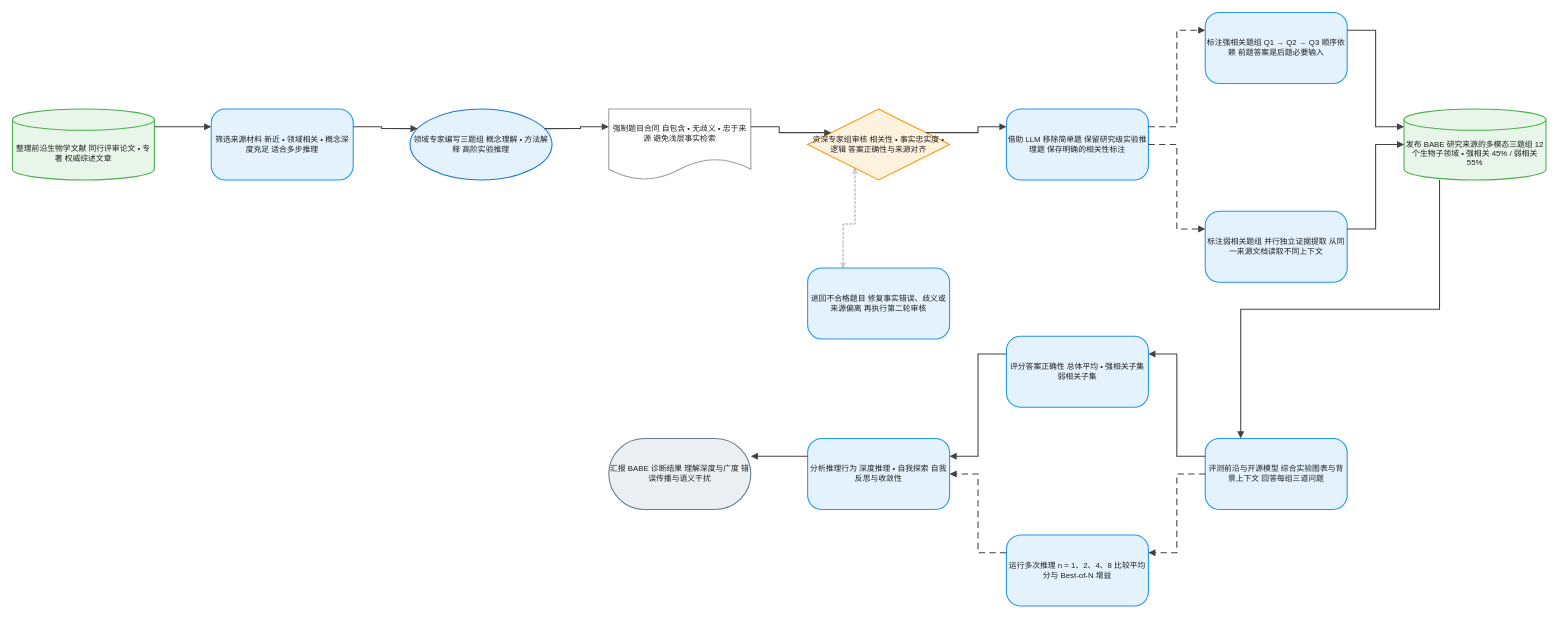
This is client/public/drawio/BABE/BABE.zh.drawio from joe1chief/benchmark-hub, a draw.io file, before an edit. Source tidied: cells renumbered, new cells numbered last; positions are measured from the earlier drawing's top-left corner, leaving out a move shared by most shapes. Both pictures are drawn from the tidied source at 71%, with x=0, y=0 at pixel (12, 12).
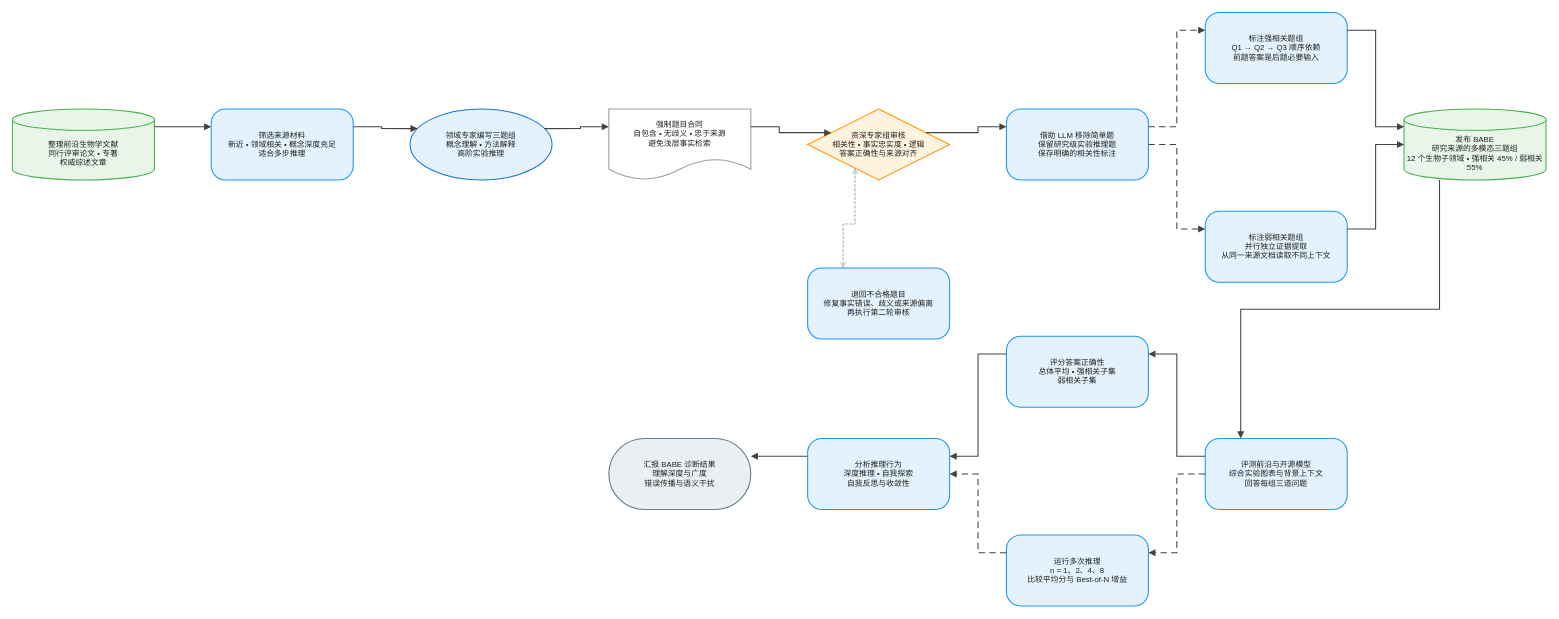
The same page after the edit.

What changed in the source:
```diff
@@
-    <mxCell id="2" value="整理前沿生物学文献 同行评审论文 • 专著 权威综述文章" style="shape=cylinder3;boundedLbl=1;backgroundOutline=1;size=15;html=1;whiteSpace=wrap;fillColor=#E8F5E9;strokeColor=#4CAF50;strokeWidth=1.5;fontColor=#212121;fontSize=11;fontFamily=Arial, Helvetica, sans-serif;verticalAlign=middle;align=center;" parent="1" vertex="1">
+    <mxCell id="2" value="整理前沿生物学文献&#10;同行评审论文 • 专著&#10;权威综述文章" style="shape=cylinder3;boundedLbl=1;backgroundOutline=1;size=15;html=0;convertToSvg=1;whiteSpace=wrap;fillColor=#E8F5E9;strokeColor=#4CAF50;strokeWidth=1.5;fontColor=#212121;fontSize=11;fontFamily=Arial, Helvetica, sans-serif;verticalAlign=middle;align=center;" parent="1" vertex="1">
       <mxGeometry y="136" width="200" height="100" as="geometry" />
     </mxCell>
-    <mxCell id="3" value="筛选来源材料 新近 • 领域相关 • 概念深度充足 适合多步推理" style="rounded=1;arcSize=20;html=1;whiteSpace=wrap;fillColor=#E3F2FD;strokeColor=#2196F3;strokeWidth=1.5;fontColor=#212121;fontSize=11;fontFamily=Arial, Helvetica, sans-serif;verticalAlign=middle;align=center;" parent="1" vertex="1">
+    <mxCell id="3" value="筛选来源材料&#10;新近 • 领域相关 • 概念深度充足&#10;适合多步推理" style="rounded=1;arcSize=20;html=0;convertToSvg=1;whiteSpace=wrap;fillColor=#E3F2FD;strokeColor=#2196F3;strokeWidth=1.5;fontColor=#212121;fontSize=11;fontFamily=Arial, Helvetica, sans-serif;verticalAlign=middle;align=center;" parent="1" vertex="1">
       <mxGeometry x="280" y="136" width="200" height="100" as="geometry" />
     </mxCell>
-    <mxCell id="4" value="领域专家编写三题组 概念理解 • 方法解释 高阶实验推理" style="ellipse;html=1;whiteSpace=wrap;fillColor=#E3F2FD;strokeColor=#1976D2;strokeWidth=1.5;fontColor=#212121;fontSize=11;fontFamily=Arial, Helvetica, sans-serif;verticalAlign=middle;align=center;" parent="1" vertex="1">
+    <mxCell id="4" value="领域专家编写三题组&#10;概念理解 • 方法解释&#10;高阶实验推理" style="ellipse;html=0;convertToSvg=1;whiteSpace=wrap;fillColor=#E3F2FD;strokeColor=#1976D2;strokeWidth=1.5;fontColor=#212121;fontSize=11;fontFamily=Arial, Helvetica, sans-serif;verticalAlign=middle;align=center;" parent="1" vertex="1">
       <mxGeometry x="560" y="136" width="200" height="100" as="geometry" />
     </mxCell>
-    <mxCell id="5" value="强制题目合同 自包含 • 无歧义 • 忠于来源 避免浅层事实检索" style="shape=document;boundedLbl=1;html=1;whiteSpace=wrap;fillColor=#FFFFFF;strokeColor=#9E9E9E;strokeWidth=1.5;fontColor=#212121;fontSize=11;fontFamily=Arial, Helvetica, sans-serif;verticalAlign=middle;align=center;" parent="1" vertex="1">
+    <mxCell id="5" value="强制题目合同&#10;自包含 • 无歧义 • 忠于来源&#10;避免浅层事实检索" style="shape=document;boundedLbl=1;html=0;convertToSvg=1;whiteSpace=wrap;fillColor=#FFFFFF;strokeColor=#9E9E9E;strokeWidth=1.5;fontColor=#212121;fontSize=11;fontFamily=Arial, Helvetica, sans-serif;verticalAlign=middle;align=center;" parent="1" vertex="1">
       <mxGeometry x="840" y="136" width="200" height="100" as="geometry" />
     </mxCell>
-    <mxCell id="6" value="资深专家组审核 相关性 • 事实忠实度 • 逻辑 答案正确性与来源对齐" style="rhombus;html=1;whiteSpace=wrap;fillColor=#FFF3E0;strokeColor=#FF9800;strokeWidth=1.5;fontColor=#212121;fontSize=11;fontFamily=Arial, Helvetica, sans-serif;verticalAlign=middle;align=center;" parent="1" vertex="1">
+    <mxCell id="6" value="资深专家组审核&#10;相关性 • 事实忠实度 • 逻辑&#10;答案正确性与来源对齐" style="rhombus;html=0;convertToSvg=1;whiteSpace=wrap;fillColor=#FFF3E0;strokeColor=#FF9800;strokeWidth=1.5;fontColor=#212121;fontSize=11;fontFamily=Arial, Helvetica, sans-serif;verticalAlign=middle;align=center;" parent="1" vertex="1">
       <mxGeometry x="1120" y="136" width="200" height="100" as="geometry" />
     </mxCell>
-    <mxCell id="7" value="退回不合格题目 修复事实错误、歧义或来源偏离 再执行第二轮审核" style="rounded=1;arcSize=20;html=1;whiteSpace=wrap;fillColor=#E3F2FD;strokeColor=#2196F3;strokeWidth=1.5;fontColor=#212121;fontSize=11;fontFamily=Arial, Helvetica, sans-serif;verticalAlign=middle;align=center;" parent="1" vertex="1">
+    <mxCell id="7" value="退回不合格题目&#10;修复事实错误、歧义或来源偏离&#10;再执行第二轮审核" style="rounded=1;arcSize=20;html=0;convertToSvg=1;whiteSpace=wrap;fillColor=#E3F2FD;strokeColor=#2196F3;strokeWidth=1.5;fontColor=#212121;fontSize=11;fontFamily=Arial, Helvetica, sans-serif;verticalAlign=middle;align=center;" parent="1" vertex="1">
       <mxGeometry x="1120" y="360" width="200" height="100" as="geometry" />
     </mxCell>
-    <mxCell id="8" value="借助 LLM 移除简单题 保留研究级实验推理题 保存明确的相关性标注" style="rounded=1;arcSize=20;html=1;whiteSpace=wrap;fillColor=#E3F2FD;strokeColor=#2196F3;strokeWidth=1.5;fontColor=#212121;fontSize=11;fontFamily=Arial, Helvetica, sans-serif;verticalAlign=middle;align=center;" parent="1" vertex="1">
+    <mxCell id="8" value="借助 LLM 移除简单题&#10;保留研究级实验推理题&#10;保存明确的相关性标注" style="rounded=1;arcSize=20;html=0;convertToSvg=1;whiteSpace=wrap;fillColor=#E3F2FD;strokeColor=#2196F3;strokeWidth=1.5;fontColor=#212121;fontSize=11;fontFamily=Arial, Helvetica, sans-serif;verticalAlign=middle;align=center;" parent="1" vertex="1">
       <mxGeometry x="1400" y="136" width="200" height="100" as="geometry" />
     </mxCell>
-    <mxCell id="9" value="标注强相关题组 Q1 → Q2 → Q3 顺序依赖 前题答案是后题必要输入" style="rounded=1;arcSize=20;html=1;whiteSpace=wrap;fillColor=#E3F2FD;strokeColor=#2196F3;strokeWidth=1.5;fontColor=#212121;fontSize=11;fontFamily=Arial, Helvetica, sans-serif;verticalAlign=middle;align=center;" parent="1" vertex="1">
+    <mxCell id="9" value="标注强相关题组&#10;Q1 → Q2 → Q3 顺序依赖&#10;前题答案是后题必要输入" style="rounded=1;arcSize=20;html=0;convertToSvg=1;whiteSpace=wrap;fillColor=#E3F2FD;strokeColor=#2196F3;strokeWidth=1.5;fontColor=#212121;fontSize=11;fontFamily=Arial, Helvetica, sans-serif;verticalAlign=middle;align=center;" parent="1" vertex="1">
       <mxGeometry x="1680" width="200" height="100" as="geometry" />
     </mxCell>
-    <mxCell id="10" value="标注弱相关题组 并行独立证据提取 从同一来源文档读取不同上下文" style="rounded=1;arcSize=20;html=1;whiteSpace=wrap;fillColor=#E3F2FD;strokeColor=#2196F3;strokeWidth=1.5;fontColor=#212121;fontSize=11;fontFamily=Arial, Helvetica, sans-serif;verticalAlign=middle;align=center;" parent="1" vertex="1">
+    <mxCell id="10" value="标注弱相关题组&#10;并行独立证据提取&#10;从同一来源文档读取不同上下文" style="rounded=1;arcSize=20;html=0;convertToSvg=1;whiteSpace=wrap;fillColor=#E3F2FD;strokeColor=#2196F3;strokeWidth=1.5;fontColor=#212121;fontSize=11;fontFamily=Arial, Helvetica, sans-serif;verticalAlign=middle;align=center;" parent="1" vertex="1">
       <mxGeometry x="1680" y="280" width="200" height="100" as="geometry" />
     </mxCell>
-    <mxCell id="11" value="发布 BABE 研究来源的多模态三题组 12 个生物子领域 • 强相关 45% / 弱相关 55%" style="shape=cylinder3;boundedLbl=1;backgroundOutline=1;size=15;html=1;whiteSpace=wrap;fillColor=#E8F5E9;strokeColor=#4CAF50;strokeWidth=1.5;fontColor=#212121;fontSize=11;fontFamily=Arial, Helvetica, sans-serif;verticalAlign=middle;align=center;" parent="1" vertex="1">
+    <mxCell id="11" value="发布 BABE&#10;研究来源的多模态三题组&#10;12 个生物子领域 • 强相关 45% / 弱相关 55%" style="shape=cylinder3;boundedLbl=1;backgroundOutline=1;size=15;html=0;convertToSvg=1;whiteSpace=wrap;fillColor=#E8F5E9;strokeColor=#4CAF50;strokeWidth=1.5;fontColor=#212121;fontSize=11;fontFamily=Arial, Helvetica, sans-serif;verticalAlign=middle;align=center;" parent="1" vertex="1">
       <mxGeometry x="1960" y="136" width="200" height="100" as="geometry" />
     </mxCell>
-    <mxCell id="12" value="评测前沿与开源模型 综合实验图表与背景上下文 回答每组三道问题" style="rounded=1;arcSize=20;html=1;whiteSpace=wrap;fillColor=#E3F2FD;strokeColor=#2196F3;strokeWidth=1.5;fontColor=#212121;fontSize=11;fontFamily=Arial, Helvetica, sans-serif;verticalAlign=middle;align=center;" parent="1" vertex="1">
+    <mxCell id="12" value="评测前沿与开源模型&#10;综合实验图表与背景上下文&#10;回答每组三道问题" style="rounded=1;arcSize=20;html=0;convertToSvg=1;whiteSpace=wrap;fillColor=#E3F2FD;strokeColor=#2196F3;strokeWidth=1.5;fontColor=#212121;fontSize=11;fontFamily=Arial, Helvetica, sans-serif;verticalAlign=middle;align=center;" parent="1" vertex="1">
       <mxGeometry x="1680" y="600" width="200" height="100" as="geometry" />
     </mxCell>
-    <mxCell id="13" value="评分答案正确性 总体平均 • 强相关子集 弱相关子集" style="rounded=1;arcSize=20;html=1;whiteSpace=wrap;fillColor=#E3F2FD;strokeColor=#2196F3;strokeWidth=1.5;fontColor=#212121;fontSize=11;fontFamily=Arial, Helvetica, sans-serif;verticalAlign=middle;align=center;" parent="1" vertex="1">
+    <mxCell id="13" value="评分答案正确性&#10;总体平均 • 强相关子集&#10;弱相关子集" style="rounded=1;arcSize=20;html=0;convertToSvg=1;whiteSpace=wrap;fillColor=#E3F2FD;strokeColor=#2196F3;strokeWidth=1.5;fontColor=#212121;fontSize=11;fontFamily=Arial, Helvetica, sans-serif;verticalAlign=middle;align=center;" parent="1" vertex="1">
       <mxGeometry x="1400" y="456" width="200" height="100" as="geometry" />
     </mxCell>
-    <mxCell id="14" value="运行多次推理 n = 1、2、4、8 比较平均分与 Best-of-N 增益" style="rounded=1;arcSize=20;html=1;whiteSpace=wrap;fillColor=#E3F2FD;strokeColor=#2196F3;strokeWidth=1.5;fontColor=#212121;fontSize=11;fontFamily=Arial, Helvetica, sans-serif;verticalAlign=middle;align=center;" parent="1" vertex="1">
+    <mxCell id="14" value="运行多次推理&#10;n = 1、2、4、8&#10;比较平均分与 Best-of-N 增益" style="rounded=1;arcSize=20;html=0;convertToSvg=1;whiteSpace=wrap;fillColor=#E3F2FD;strokeColor=#2196F3;strokeWidth=1.5;fontColor=#212121;fontSize=11;fontFamily=Arial, Helvetica, sans-serif;verticalAlign=middle;align=center;" parent="1" vertex="1">
       <mxGeometry x="1400" y="736" width="200" height="100" as="geometry" />
     </mxCell>
-    <mxCell id="15" value="分析推理行为 深度推理 • 自我探索 自我反思与收敛性" style="rounded=1;arcSize=20;html=1;whiteSpace=wrap;fillColor=#E3F2FD;strokeColor=#2196F3;strokeWidth=1.5;fontColor=#212121;fontSize=11;fontFamily=Arial, Helvetica, sans-serif;verticalAlign=middle;align=center;" parent="1" vertex="1">
+    <mxCell id="15" value="分析推理行为&#10;深度推理 • 自我探索&#10;自我反思与收敛性" style="rounded=1;arcSize=20;html=0;convertToSvg=1;whiteSpace=wrap;fillColor=#E3F2FD;strokeColor=#2196F3;strokeWidth=1.5;fontColor=#212121;fontSize=11;fontFamily=Arial, Helvetica, sans-serif;verticalAlign=middle;align=center;" parent="1" vertex="1">
       <mxGeometry x="1120" y="600" width="200" height="100" as="geometry" />
     </mxCell>
-    <mxCell id="16" value="汇报 BABE 诊断结果 理解深度与广度 错误传播与语义干扰" style="rounded=1;arcSize=50;html=1;whiteSpace=wrap;fillColor=#ECEFF1;strokeColor=#607D8B;strokeWidth=1.5;fontColor=#212121;fontSize=11;fontFamily=Arial, Helvetica, sans-serif;verticalAlign=middle;align=center;" parent="1" vertex="1">
+    <mxCell id="16" value="汇报 BABE 诊断结果&#10;理解深度与广度&#10;错误传播与语义干扰" style="rounded=1;arcSize=50;html=0;convertToSvg=1;whiteSpace=wrap;fillColor=#ECEFF1;strokeColor=#607D8B;strokeWidth=1.5;fontColor=#212121;fontSize=11;fontFamily=Arial, Helvetica, sans-serif;verticalAlign=middle;align=center;" parent="1" vertex="1">
       <mxGeometry x="840" y="600" width="200" height="100" as="geometry" />
     </mxCell>
-    <mxCell id="17" style="edgeStyle=orthogonalEdgeStyle;rounded=0;jettySize=auto;html=1;strokeColor=#424242;strokeWidth=1.5;endArrow=block;endFill=1;exitX=1;exitY=0.25;exitDx=0;exitDy=0;entryX=0;entryY=0.25;entryDx=0;entryDy=0;jumpStyle=arc;jumpSize=8;" parent="1" edge="1" source="2" target="3">
+    <mxCell id="17" style="edgeStyle=orthogonalEdgeStyle;rounded=0;jettySize=auto;html=0;convertToSvg=1;strokeColor=#424242;strokeWidth=1.5;endArrow=block;endFill=1;exitX=1;exitY=0.25;exitDx=0;exitDy=0;entryX=0;entryY=0.25;entryDx=0;entryDy=0;jumpStyle=arc;jumpSize=8;" parent="1" edge="1" source="2" target="3">
       <mxGeometry relative="1" as="geometry" />
     </mxCell>
-    <mxCell id="18" style="edgeStyle=orthogonalEdgeStyle;rounded=0;jettySize=auto;html=1;strokeColor=#424242;strokeWidth=1.5;endArrow=block;endFill=1;exitX=1;exitY=0.25;exitDx=0;exitDy=0;entryX=0;entryY=0.25;entryDx=0;entryDy=0;jumpStyle=arc;jumpSize=8;" parent="1" edge="1" source="3" target="4">
+    <mxCell id="18" style="edgeStyle=orthogonalEdgeStyle;rounded=0;jettySize=auto;html=0;convertToSvg=1;strokeColor=#424242;strokeWidth=1.5;endArrow=block;endFill=1;exitX=1;exitY=0.25;exitDx=0;exitDy=0;entryX=0;entryY=0.25;entryDx=0;entryDy=0;jumpStyle=arc;jumpSize=8;" parent="1" edge="1" source="3" target="4">
       <mxGeometry relative="1" as="geometry" />
     </mxCell>
-    <mxCell id="19" style="edgeStyle=orthogonalEdgeStyle;rounded=0;jettySize=auto;html=1;strokeColor=#424242;strokeWidth=1.5;endArrow=block;endFill=1;exitX=1;exitY=0.25;exitDx=0;exitDy=0;entryX=0;entryY=0.25;entryDx=0;entryDy=0;jumpStyle=arc;jumpSize=8;" parent="1" edge="1" source="4" target="5">
+    <mxCell id="19" style="edgeStyle=orthogonalEdgeStyle;rounded=0;jettySize=auto;html=0;convertToSvg=1;strokeColor=#424242;strokeWidth=1.5;endArrow=block;endFill=1;exitX=1;exitY=0.25;exitDx=0;exitDy=0;entryX=0;entryY=0.25;entryDx=0;entryDy=0;jumpStyle=arc;jumpSize=8;" parent="1" edge="1" source="4" target="5">
       <mxGeometry relative="1" as="geometry" />
     </mxCell>
-    <mxCell id="20" style="edgeStyle=orthogonalEdgeStyle;rounded=0;jettySize=auto;html=1;strokeColor=#424242;strokeWidth=1.5;endArrow=block;endFill=1;exitX=1;exitY=0.25;exitDx=0;exitDy=0;entryX=0;entryY=0.25;entryDx=0;entryDy=0;jumpStyle=arc;jumpSize=8;" parent="1" edge="1" source="5" target="6">
+    <mxCell id="20" style="edgeStyle=orthogonalEdgeStyle;rounded=0;jettySize=auto;html=0;convertToSvg=1;strokeColor=#424242;strokeWidth=1.5;endArrow=block;endFill=1;exitX=1;exitY=0.25;exitDx=0;exitDy=0;entryX=0;entryY=0.25;entryDx=0;entryDy=0;jumpStyle=arc;jumpSize=8;" parent="1" edge="1" source="5" target="6">
       <mxGeometry relative="1" as="geometry" />
     </mxCell>
-    <mxCell id="21" style="edgeStyle=orthogonalEdgeStyle;rounded=0;jettySize=auto;html=1;strokeColor=#9E9E9E;strokeWidth=1;endArrow=open;endFill=0;exitX=0.25;exitY=1;exitDx=0;exitDy=0;entryX=0.25;entryY=0;entryDx=0;entryDy=0;dashed=1;dashPattern=3 3;jumpStyle=arc;jumpSize=8;" parent="1" edge="1" source="6" target="7">
+    <mxCell id="21" style="edgeStyle=orthogonalEdgeStyle;rounded=0;jettySize=auto;html=0;convertToSvg=1;strokeColor=#9E9E9E;strokeWidth=1;endArrow=open;endFill=0;exitX=0.25;exitY=1;exitDx=0;exitDy=0;entryX=0.25;entryY=0;entryDx=0;entryDy=0;dashed=1;dashPattern=3 3;jumpStyle=arc;jumpSize=8;" parent="1" edge="1" source="6" target="7">
       <mxGeometry relative="1" as="geometry" />
     </mxCell>
-    <mxCell id="22" style="edgeStyle=orthogonalEdgeStyle;rounded=0;jettySize=auto;html=1;strokeColor=#9E9E9E;strokeWidth=1;endArrow=open;endFill=0;exitX=0.25;exitY=0;exitDx=0;exitDy=0;entryX=0.25;entryY=1;entryDx=0;entryDy=0;dashed=1;dashPattern=3 3;jumpStyle=arc;jumpSize=8;" parent="1" edge="1" source="7" target="6">
+    <mxCell id="22" style="edgeStyle=orthogonalEdgeStyle;rounded=0;jettySize=auto;html=0;convertToSvg=1;strokeColor=#9E9E9E;strokeWidth=1;endArrow=open;endFill=0;exitX=0.25;exitY=0;exitDx=0;exitDy=0;entryX=0.25;entryY=1;entryDx=0;entryDy=0;dashed=1;dashPattern=3 3;jumpStyle=arc;jumpSize=8;" parent="1" edge="1" source="7" target="6">
       <mxGeometry relative="1" as="geometry" />
     </mxCell>
-    <mxCell id="23" style="edgeStyle=orthogonalEdgeStyle;rounded=0;jettySize=auto;html=1;strokeColor=#424242;strokeWidth=1.5;endArrow=block;endFill=1;exitX=1;exitY=0.25;exitDx=0;exitDy=0;entryX=0;entryY=0.25;entryDx=0;entryDy=0;jumpStyle=arc;jumpSize=8;" parent="1" edge="1" source="6" target="8">
+    <mxCell id="23" style="edgeStyle=orthogonalEdgeStyle;rounded=0;jettySize=auto;html=0;convertToSvg=1;strokeColor=#424242;strokeWidth=1.5;endArrow=block;endFill=1;exitX=1;exitY=0.25;exitDx=0;exitDy=0;entryX=0;entryY=0.25;entryDx=0;entryDy=0;jumpStyle=arc;jumpSize=8;" parent="1" edge="1" source="6" target="8">
       <mxGeometry relative="1" as="geometry" />
     </mxCell>
-    <mxCell id="24" style="edgeStyle=orthogonalEdgeStyle;rounded=0;jettySize=auto;html=1;strokeColor=#424242;strokeWidth=1.5;endArrow=block;endFill=1;exitX=1;exitY=0.25;exitDx=0;exitDy=0;entryX=0;entryY=0.25;entryDx=0;entryDy=0;dashed=1;dashPattern=6 4;jumpStyle=arc;jumpSize=8;" parent="1" edge="1" source="8" target="9">
+    <mxCell id="24" style="edgeStyle=orthogonalEdgeStyle;rounded=0;jettySize=auto;html=0;convertToSvg=1;strokeColor=#424242;strokeWidth=1.5;endArrow=block;endFill=1;exitX=1;exitY=0.25;exitDx=0;exitDy=0;entryX=0;entryY=0.25;entryDx=0;entryDy=0;dashed=1;dashPattern=6 4;jumpStyle=arc;jumpSize=8;" parent="1" edge="1" source="8" target="9">
       <mxGeometry relative="1" as="geometry" />
     </mxCell>
-    <mxCell id="25" style="edgeStyle=orthogonalEdgeStyle;rounded=0;jettySize=auto;html=1;strokeColor=#424242;strokeWidth=1.5;endArrow=block;endFill=1;exitX=1;exitY=0.5;exitDx=0;exitDy=0;entryX=0;entryY=0.25;entryDx=0;entryDy=0;dashed=1;dashPattern=6 4;jumpStyle=arc;jumpSize=8;" parent="1" edge="1" source="8" target="10">
+    <mxCell id="25" style="edgeStyle=orthogonalEdgeStyle;rounded=0;jettySize=auto;html=0;convertToSvg=1;strokeColor=#424242;strokeWidth=1.5;endArrow=block;endFill=1;exitX=1;exitY=0.5;exitDx=0;exitDy=0;entryX=0;entryY=0.25;entryDx=0;entryDy=0;dashed=1;dashPattern=6 4;jumpStyle=arc;jumpSize=8;" parent="1" edge="1" source="8" target="10">
       <mxGeometry relative="1" as="geometry" />
     </mxCell>
-    <mxCell id="26" style="edgeStyle=orthogonalEdgeStyle;rounded=0;jettySize=auto;html=1;strokeColor=#424242;strokeWidth=1.5;endArrow=block;endFill=1;exitX=1;exitY=0.25;exitDx=0;exitDy=0;entryX=0;entryY=0.25;entryDx=0;entryDy=0;jumpStyle=arc;jumpSize=8;" parent="1" edge="1" source="9" target="11">
+    <mxCell id="26" style="edgeStyle=orthogonalEdgeStyle;rounded=0;jettySize=auto;html=0;convertToSvg=1;strokeColor=#424242;strokeWidth=1.5;endArrow=block;endFill=1;exitX=1;exitY=0.25;exitDx=0;exitDy=0;entryX=0;entryY=0.25;entryDx=0;entryDy=0;jumpStyle=arc;jumpSize=8;" parent="1" edge="1" source="9" target="11">
       <mxGeometry relative="1" as="geometry" />
     </mxCell>
-    <mxCell id="27" style="edgeStyle=orthogonalEdgeStyle;rounded=0;jettySize=auto;html=1;strokeColor=#424242;strokeWidth=1.5;endArrow=block;endFill=1;exitX=1;exitY=0.25;exitDx=0;exitDy=0;entryX=0;entryY=0.5;entryDx=0;entryDy=0;jumpStyle=arc;jumpSize=8;" parent="1" edge="1" source="10" target="11">
+    <mxCell id="27" style="edgeStyle=orthogonalEdgeStyle;rounded=0;jettySize=auto;html=0;convertToSvg=1;strokeColor=#424242;strokeWidth=1.5;endArrow=block;endFill=1;exitX=1;exitY=0.25;exitDx=0;exitDy=0;entryX=0;entryY=0.5;entryDx=0;entryDy=0;jumpStyle=arc;jumpSize=8;" parent="1" edge="1" source="10" target="11">
       <mxGeometry relative="1" as="geometry" />
     </mxCell>
-    <mxCell id="28" style="edgeStyle=orthogonalEdgeStyle;rounded=0;jettySize=auto;html=1;strokeColor=#424242;strokeWidth=1.5;endArrow=block;endFill=1;exitX=0.25;exitY=1;exitDx=0;exitDy=0;entryX=0.25;entryY=0;entryDx=0;entryDy=0;jumpStyle=arc;jumpSize=8;" parent="1" edge="1" source="11" target="12">
+    <mxCell id="28" style="edgeStyle=orthogonalEdgeStyle;rounded=0;jettySize=auto;html=0;convertToSvg=1;strokeColor=#424242;strokeWidth=1.5;endArrow=block;endFill=1;exitX=0.25;exitY=1;exitDx=0;exitDy=0;entryX=0.25;entryY=0;entryDx=0;entryDy=0;jumpStyle=arc;jumpSize=8;" parent="1" edge="1" source="11" target="12">
       <mxGeometry relative="1" as="geometry" />
     </mxCell>
-    <mxCell id="29" style="edgeStyle=orthogonalEdgeStyle;rounded=0;jettySize=auto;html=1;strokeColor=#424242;strokeWidth=1.5;endArrow=block;endFill=1;exitX=0;exitY=0.25;exitDx=0;exitDy=0;entryX=1;entryY=0.25;entryDx=0;entryDy=0;jumpStyle=arc;jumpSize=8;" parent="1" edge="1" source="12" target="13">
+    <mxCell id="29" style="edgeStyle=orthogonalEdgeStyle;rounded=0;jettySize=auto;html=0;convertToSvg=1;strokeColor=#424242;strokeWidth=1.5;endArrow=block;endFill=1;exitX=0;exitY=0.25;exitDx=0;exitDy=0;entryX=1;entryY=0.25;entryDx=0;entryDy=0;jumpStyle=arc;jumpSize=8;" parent="1" edge="1" source="12" target="13">
       <mxGeometry relative="1" as="geometry" />
     </mxCell>
-    <mxCell id="30" style="edgeStyle=orthogonalEdgeStyle;rounded=0;jettySize=auto;html=1;strokeColor=#424242;strokeWidth=1.5;endArrow=block;endFill=1;exitX=0;exitY=0.5;exitDx=0;exitDy=0;entryX=1;entryY=0.25;entryDx=0;entryDy=0;dashed=1;dashPattern=6 4;jumpStyle=arc;jumpSize=8;" parent="1" edge="1" source="12" target="14">
+    <mxCell id="30" style="edgeStyle=orthogonalEdgeStyle;rounded=0;jettySize=auto;html=0;convertToSvg=1;strokeColor=#424242;strokeWidth=1.5;endArrow=block;endFill=1;exitX=0;exitY=0.5;exitDx=0;exitDy=0;entryX=1;entryY=0.25;entryDx=0;entryDy=0;dashed=1;dashPattern=6 4;jumpStyle=arc;jumpSize=8;" parent="1" edge="1" source="12" target="14">
       <mxGeometry relative="1" as="geometry" />
     </mxCell>
-    <mxCell id="31" style="edgeStyle=orthogonalEdgeStyle;rounded=0;jettySize=auto;html=1;strokeColor=#424242;strokeWidth=1.5;endArrow=block;endFill=1;exitX=0;exitY=0.25;exitDx=0;exitDy=0;entryX=1;entryY=0.25;entryDx=0;entryDy=0;jumpStyle=arc;jumpSize=8;" parent="1" edge="1" source="13" target="15">
+    <mxCell id="31" style="edgeStyle=orthogonalEdgeStyle;rounded=0;jettySize=auto;html=0;convertToSvg=1;strokeColor=#424242;strokeWidth=1.5;endArrow=block;endFill=1;exitX=0;exitY=0.25;exitDx=0;exitDy=0;entryX=1;entryY=0.25;entryDx=0;entryDy=0;jumpStyle=arc;jumpSize=8;" parent="1" edge="1" source="13" target="15">
       <mxGeometry relative="1" as="geometry" />
     </mxCell>
-    <mxCell id="32" style="edgeStyle=orthogonalEdgeStyle;rounded=0;jettySize=auto;html=1;strokeColor=#424242;strokeWidth=1.5;endArrow=block;endFill=1;exitX=0;exitY=0.25;exitDx=0;exitDy=0;entryX=1;entryY=0.5;entryDx=0;entryDy=0;dashed=1;dashPattern=6 4;jumpStyle=arc;jumpSize=8;" parent="1" edge="1" source="14" target="15">
+    <mxCell id="32" style="edgeStyle=orthogonalEdgeStyle;rounded=0;jettySize=auto;html=0;convertToSvg=1;strokeColor=#424242;strokeWidth=1.5;endArrow=block;endFill=1;exitX=0;exitY=0.25;exitDx=0;exitDy=0;entryX=1;entryY=0.5;entryDx=0;entryDy=0;dashed=1;dashPattern=6 4;jumpStyle=arc;jumpSize=8;" parent="1" edge="1" source="14" target="15">
       <mxGeometry relative="1" as="geometry" />
     </mxCell>
-    <mxCell id="33" style="edgeStyle=orthogonalEdgeStyle;rounded=0;jettySize=auto;html=1;strokeColor=#424242;strokeWidth=1.5;endArrow=block;endFill=1;exitX=0;exitY=0.25;exitDx=0;exitDy=0;entryX=1;entryY=0.25;entryDx=0;entryDy=0;jumpStyle=arc;jumpSize=8;" parent="1" edge="1" source="15" target="16">
+    <mxCell id="33" style="edgeStyle=orthogonalEdgeStyle;rounded=0;jettySize=auto;html=0;convertToSvg=1;strokeColor=#424242;strokeWidth=1.5;endArrow=block;endFill=1;exitX=0;exitY=0.25;exitDx=0;exitDy=0;entryX=1;entryY=0.25;entryDx=0;entryDy=0;jumpStyle=arc;jumpSize=8;" parent="1" edge="1" source="15" target="16">
       <mxGeometry relative="1" as="geometry" />
     </mxCell>
```
